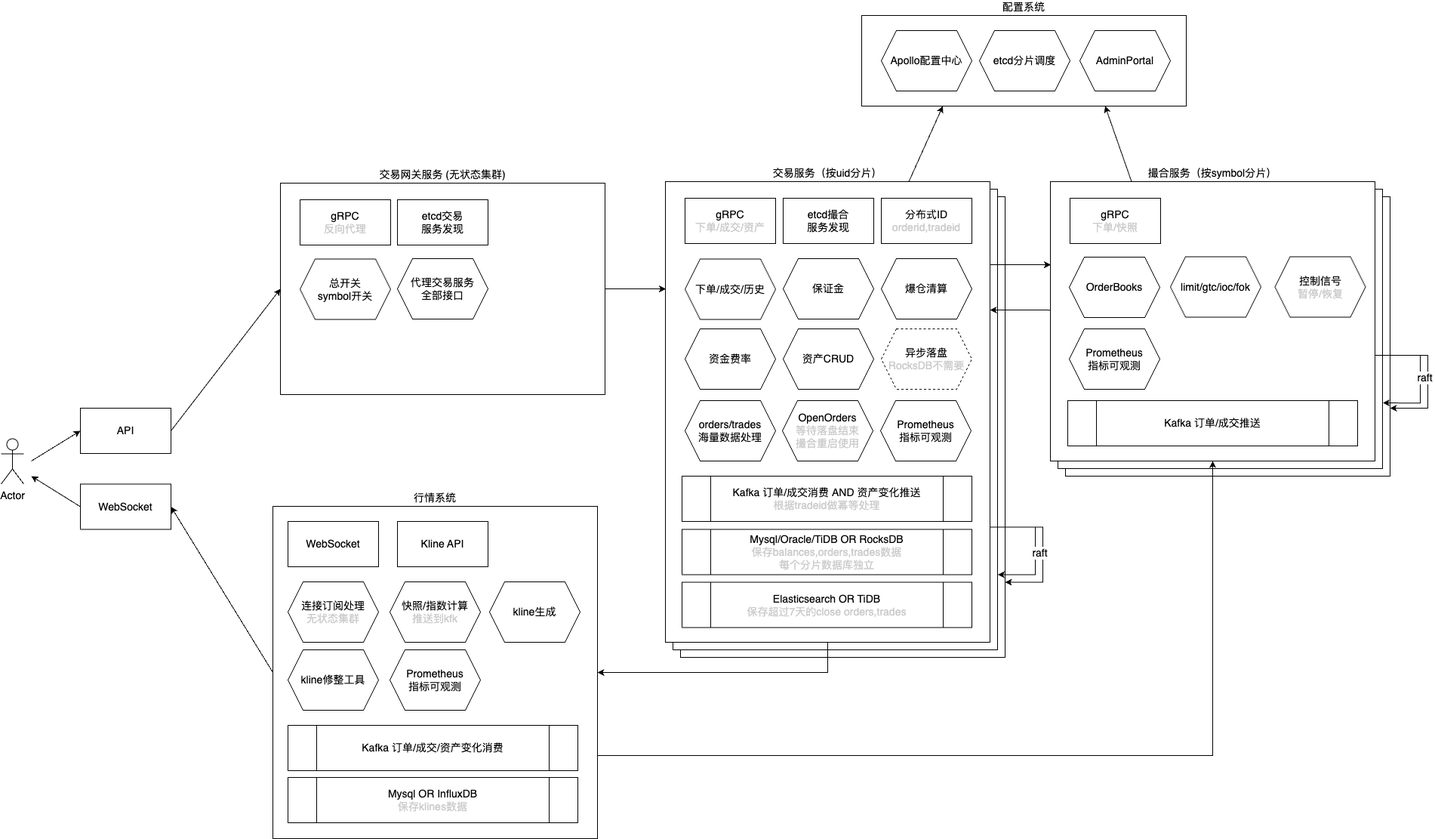
This is images/撮合与交易系统架构设计.drawio.png from jacktop/CryptocurrencyExchangeTechnology, a draw.io export, as it was before one commit. Source tidied: cells renumbered, new cells last; positions are measured from the earlier drawing's top-left corner, leaving out a move shared by most shapes.
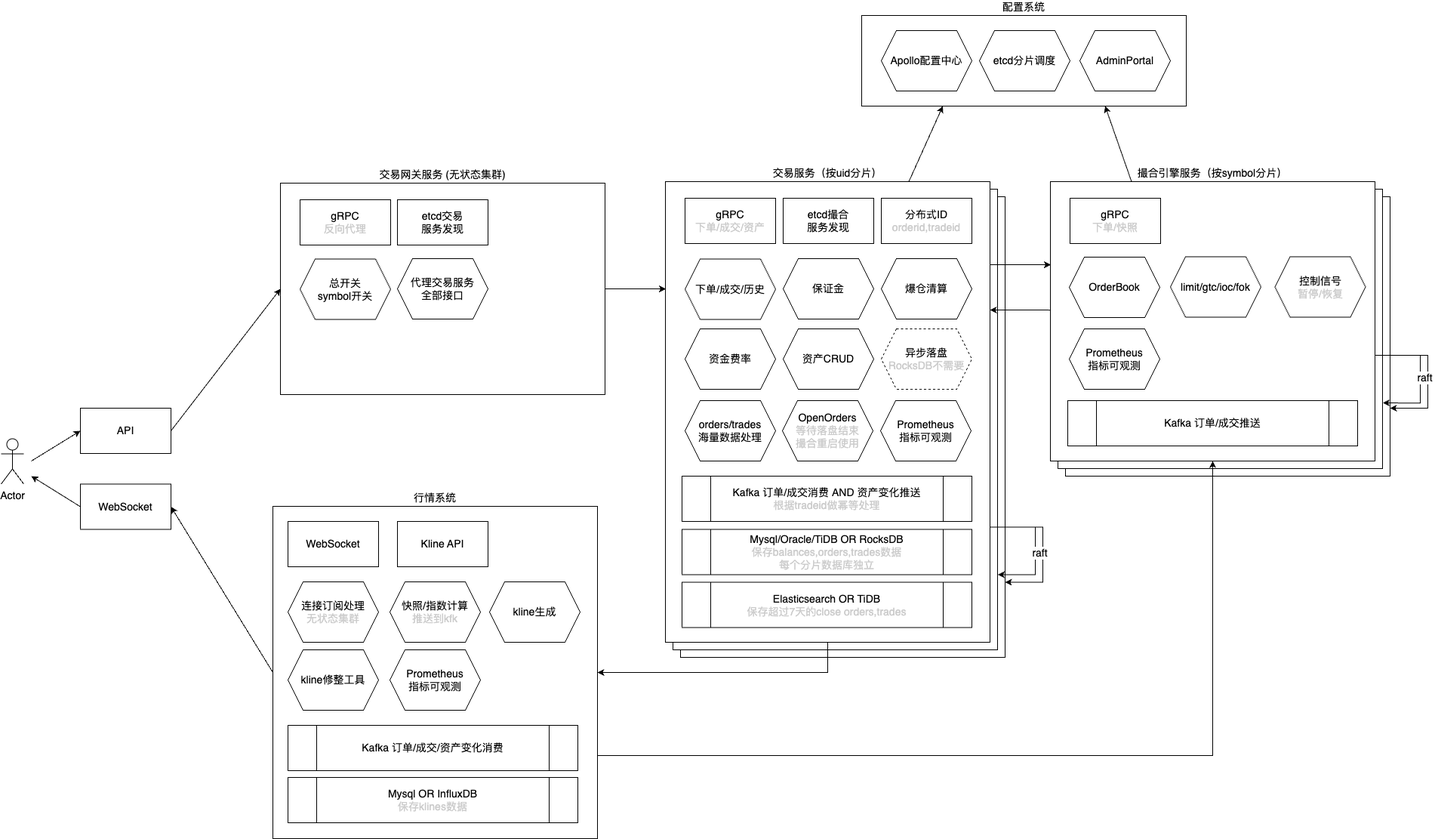
Above is the later version.

Change to the diagram source:
```diff
@@ -38,13 +38,13 @@
     <mxCell id="13" value="爆仓清算" style="shape=hexagon;perimeter=hexagonPerimeter2;whiteSpace=wrap;html=1;fixedSize=1;fontSize=14;" parent="1" vertex="1">
       <mxGeometry x="1166" y="322" width="120" height="80" as="geometry" />
     </mxCell>
-    <mxCell id="14" value="撮合服务（按symbol分片）" style="rounded=0;whiteSpace=wrap;html=1;shadow=0;sketch=0;strokeColor=default;fontSize=14;labelPosition=center;verticalLabelPosition=top;align=center;verticalAlign=bottom;fillColor=default;" parent="1" vertex="1">
+    <mxCell id="14" value="撮合引擎服务（按symbol分片）" style="rounded=0;whiteSpace=wrap;html=1;shadow=0;sketch=0;strokeColor=default;fontSize=14;labelPosition=center;verticalLabelPosition=top;align=center;verticalAlign=bottom;fillColor=default;" parent="1" vertex="1">
       <mxGeometry x="1390" y="220" width="430" height="370" as="geometry" />
     </mxCell>
     <mxCell id="15" value="gRPC&lt;br&gt;&lt;font color=&quot;#cccccc&quot;&gt;下单/快照&lt;/font&gt;" style="rounded=0;whiteSpace=wrap;html=1;fontSize=14;" parent="1" vertex="1">
       <mxGeometry x="1416" y="242" width="120" height="60" as="geometry" />
     </mxCell>
-    <mxCell id="16" value="OrderBooks" style="shape=hexagon;perimeter=hexagonPerimeter2;whiteSpace=wrap;html=1;fixedSize=1;fontSize=14;" parent="1" vertex="1">
+    <mxCell id="16" value="OrderBook" style="shape=hexagon;perimeter=hexagonPerimeter2;whiteSpace=wrap;html=1;fixedSize=1;fontSize=14;" parent="1" vertex="1">
       <mxGeometry x="1415" y="320" width="120" height="80" as="geometry" />
     </mxCell>
     <mxCell id="17" value="Actor" style="shape=umlActor;verticalLabelPosition=bottom;verticalAlign=top;html=1;rounded=0;shadow=0;sketch=0;strokeColor=default;fontSize=14;fillColor=none;" parent="1" vertex="1">
```
